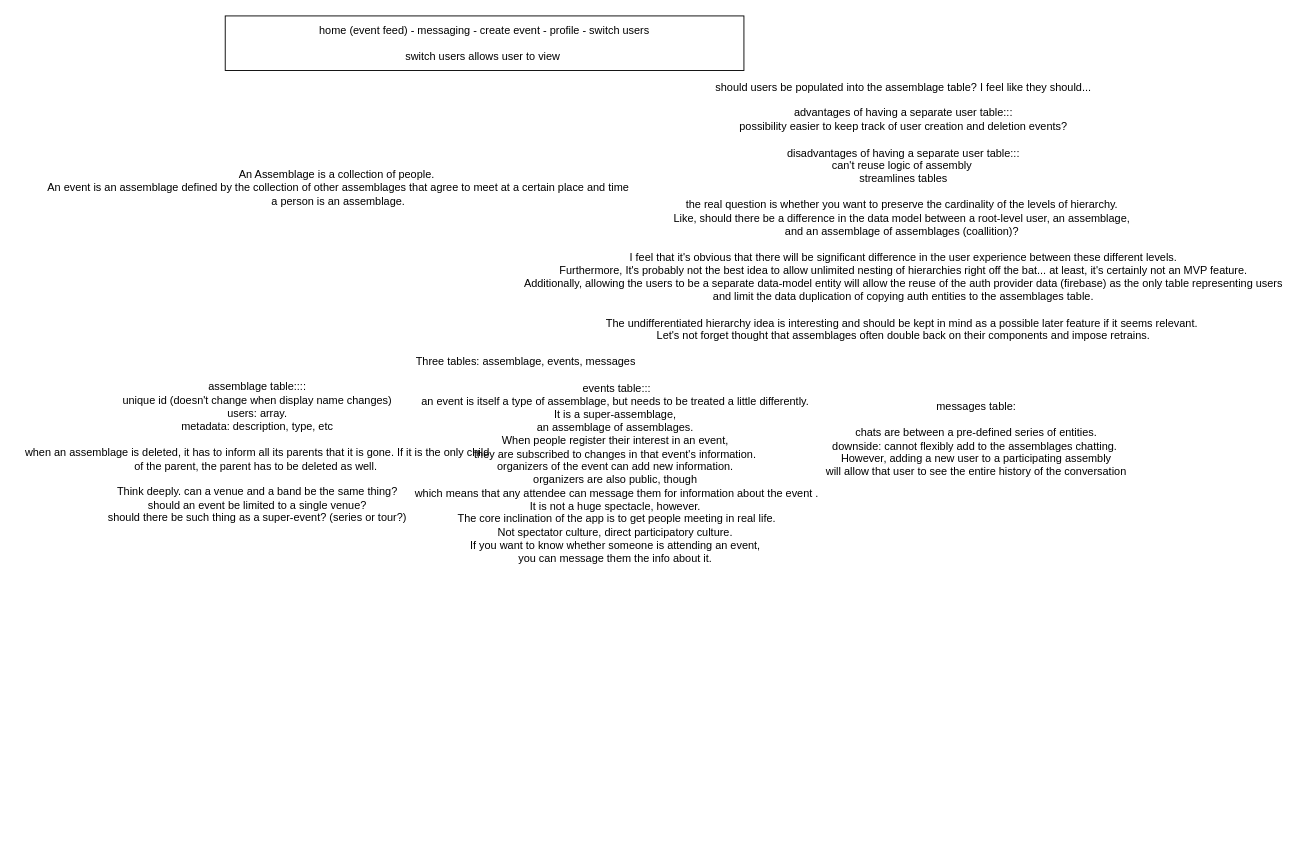
The draw.io diagram sketching.drawio in danefilipczak/bosk_documents, before the edit. Source tidied: cells renumbered, new cells numbered last; positions are measured from the earlier drawing's top-left corner, leaving out a move shared by most shapes. Both pictures are drawn from the tidied source at 91%, with x=0, y=0 at pixel (15, 15).
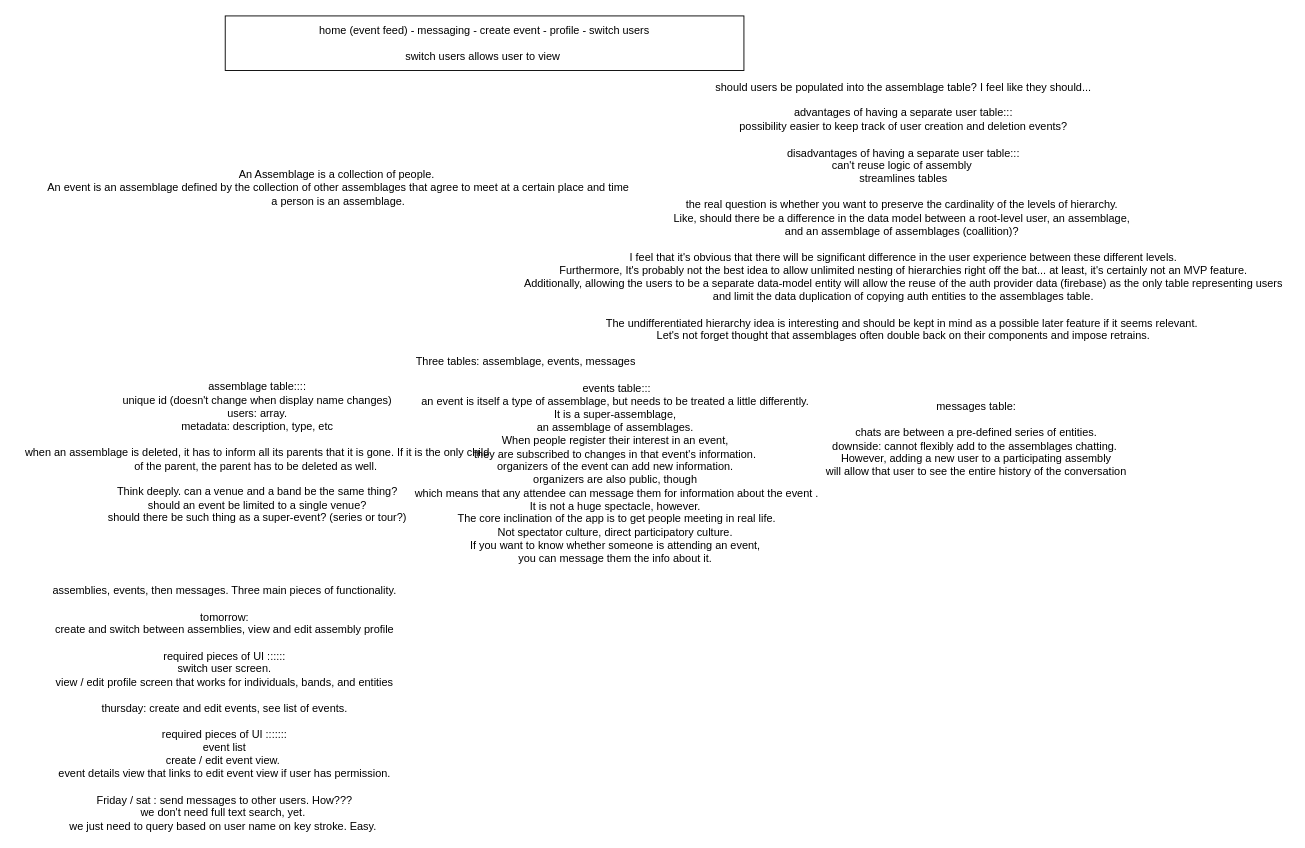
Above is the later version.

The edit, as a diff of the source:
```diff
@@
 <mxGraphModel>
   <root>
     <mxCell id="0" />
     <mxCell id="1" parent="0" />
     <mxCell id="2" value="home (event feed) - messaging - create event - profile - switch users&lt;br&gt;&lt;br&gt;switch users allows user to view&amp;nbsp;" style="rounded=0;whiteSpace=wrap;html=1;" parent="1" vertex="1">
       <mxGeometry x="230" width="570" height="60" as="geometry" />
     </mxCell>
     <mxCell id="3" value="An Assemblage is a collection of people.&amp;nbsp;&lt;br&gt;An event is an assemblage defined by the collection of other assemblages that agree to meet at a certain place and time&lt;br&gt;a person is an assemblage." style="text;html=1;align=center;verticalAlign=middle;" parent="1" vertex="1">
       <mxGeometry x="29" y="164" width="650" height="50" as="geometry" />
     </mxCell>
     <mxCell id="4" value="assemblage table::::&lt;br&gt;unique id (doesn't change when display name changes)&lt;br&gt;users: array.&lt;br&gt;metadata: description, type, etc&lt;br&gt;&lt;br&gt;when an assemblage is deleted, it has to inform all its parents that it is gone. If it is the only child&lt;br&gt;of the parent, the parent has to be deleted as well.&amp;nbsp;&lt;br&gt;&lt;br&gt;Think deeply. can a venue and a band be the same thing?&lt;br&gt;should an event be limited to a single venue?&lt;br&gt;should there be such thing as a super-event? (series or tour?)" style="text;html=1;align=center;verticalAlign=middle;" parent="1" vertex="1">
       <mxGeometry y="400" width="530" height="160" as="geometry" />
     </mxCell>
     <mxCell id="5" value="events table:::&lt;br&gt;an event is itself a type of assemblage, but needs to be treated a little differently.&amp;nbsp;&lt;br&gt;It is a super-assemblage,&amp;nbsp;&lt;br&gt;an assemblage of assemblages.&amp;nbsp;&lt;br&gt;When people register their interest in an event,&amp;nbsp;&lt;br&gt;they are subscribed to changes in that event's information.&amp;nbsp;&lt;br&gt;organizers of the event can add new information.&amp;nbsp;&lt;br&gt;organizers are also public, though&amp;nbsp;&lt;br&gt;which means that any attendee can message them for information about the event .&lt;br&gt;It is not a huge spectacle, however.&amp;nbsp;&lt;br&gt;The core inclination of the app is to get people meeting in real life.&lt;br&gt;Not spectator culture, direct participatory culture.&amp;nbsp;&lt;br&gt;If you want to know whether someone is attending an event,&amp;nbsp;&lt;br&gt;you can message them the info about it.&amp;nbsp;&lt;br&gt;&lt;br&gt;" style="text;html=1;align=center;verticalAlign=middle;" parent="1" vertex="1">
       <mxGeometry x="430" y="400" width="460" height="220" as="geometry" />
     </mxCell>
     <mxCell id="6" value="should users be populated into the assemblage table? I feel like they should...&lt;br&gt;&lt;br&gt;advantages of having a separate user table:::&lt;br&gt;possibility easier to keep track of user creation and deletion events?&lt;br&gt;&lt;br&gt;disadvantages of having a separate user table:::&lt;br&gt;can't reuse logic of assembly&amp;nbsp;&lt;br&gt;streamlines tables&lt;br&gt;&lt;br&gt;the real question is whether you want to preserve the cardinality of the levels of hierarchy.&amp;nbsp;&lt;br&gt;Like, should there be a difference in the data model between a root-level user, an assemblage,&amp;nbsp;&lt;br&gt;and an assemblage of assemblages (coallition)?&amp;nbsp;&lt;br&gt;&lt;br&gt;I feel that it's obvious that there will be significant difference in the user experience between these different levels.&lt;br&gt;Furthermore, It's probably not the best idea to allow unlimited nesting of hierarchies right off the bat... at least, it's certainly not an MVP feature.&lt;br&gt;Additionally, allowing the users to be a separate data-model entity will allow the reuse of the auth provider data (firebase) as the only table representing users&lt;br&gt;and limit the data duplication of copying auth entities to the assemblages table. &lt;br&gt;&lt;br&gt;The undifferentiated hierarchy idea is interesting and should be kept in mind as a possible later feature if it seems relevant.&amp;nbsp;&lt;br&gt;Let's not forget thought that assemblages often double back on their components and impose retrains." style="text;html=1;align=center;verticalAlign=middle;" parent="1" vertex="1">
       <mxGeometry x="550" y="70" width="850" height="290" as="geometry" />
     </mxCell>
     <mxCell id="7" value="Three tables: assemblage, events, messages" style="text;html=1;align=center;verticalAlign=middle;" parent="1" vertex="1">
       <mxGeometry x="430" y="370" width="260" height="20" as="geometry" />
     </mxCell>
     <mxCell id="8" value="messages table:&lt;br&gt;&lt;br&gt;chats are between a pre-defined series of entities.&lt;br&gt;downside: cannot flexibly add to the assemblages chatting.&amp;nbsp;&lt;br&gt;However, adding a new user to a participating assembly&lt;br&gt;will allow that user to see the entire history of the conversation" style="text;html=1;align=center;verticalAlign=middle;" parent="1" vertex="1">
       <mxGeometry x="880" y="420" width="350" height="90" as="geometry" />
     </mxCell>
+    <mxCell id="9" value="assemblies, events, then messages. Three main pieces of functionality.&lt;br&gt;&lt;br&gt;tomorrow:&lt;br&gt;create and switch between assemblies, view and edit assembly profile&lt;br&gt;&lt;br&gt;required pieces of UI :::::: &lt;br&gt;switch user screen.&lt;br&gt;view / edit profile screen that works for individuals, bands, and entities&lt;br&gt;&lt;br&gt;thursday: create and edit events, see list of events.&lt;br&gt;&lt;br&gt;required pieces of UI :::::::&lt;br&gt;event list&lt;br&gt;create / edit event view.&amp;nbsp;&lt;br&gt;event details view that links to edit event view if user has permission.&lt;br&gt;&lt;br&gt;Friday / sat : send messages to other users. How???&lt;br&gt;we don't need full text search, yet.&amp;nbsp;&lt;br&gt;we just need to query based on user name on key stroke. Easy.&amp;nbsp;" style="text;html=1;align=center;verticalAlign=middle;" parent="1" vertex="1">
+      <mxGeometry x="34" y="626" width="390" height="270" as="geometry" />
+    </mxCell>
   </root>
 </mxGraphModel>
```
